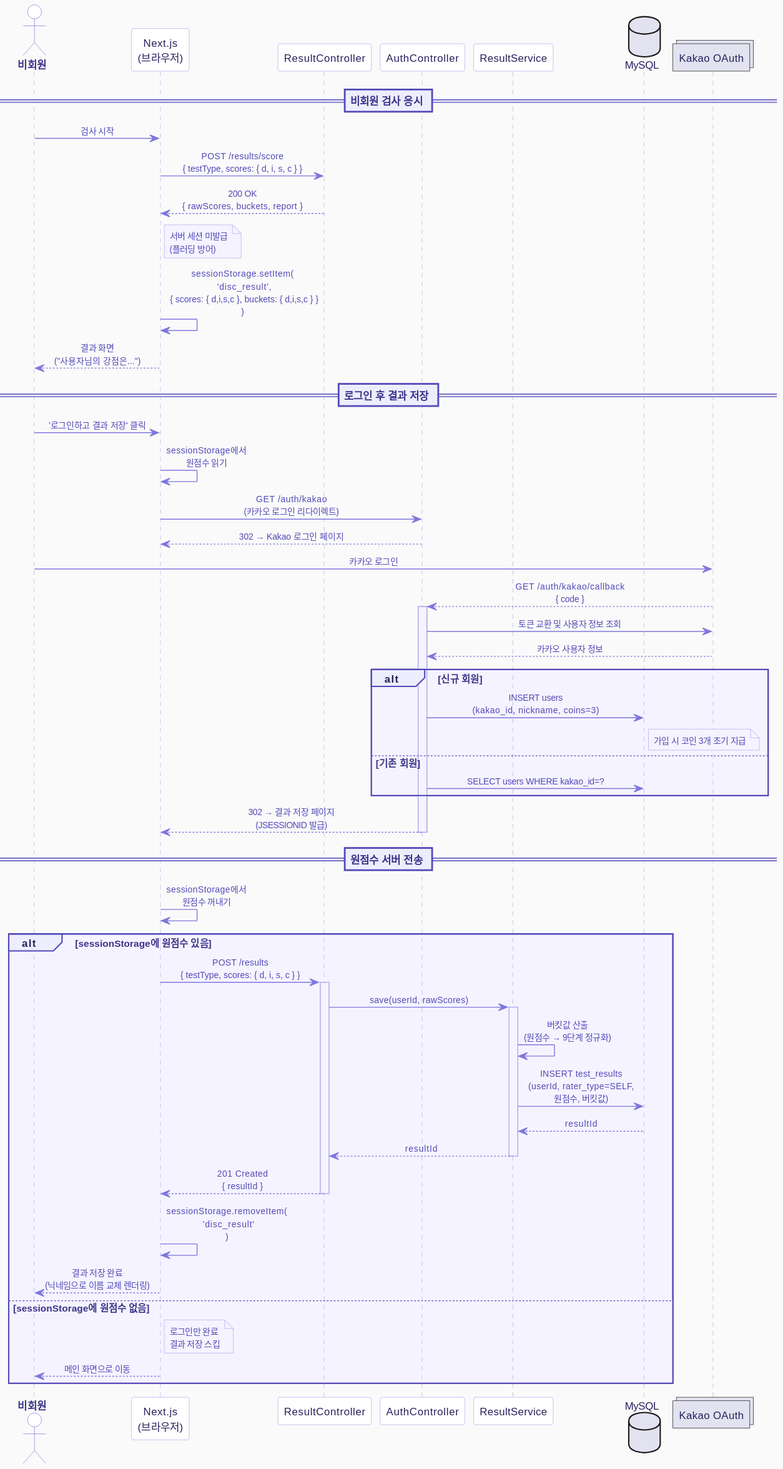
This is docs/images/MyCPT_Sequence_GuestToMember.svg from Yush1nk1m/MyCPT, a PlantUML export, as it was before one commit.
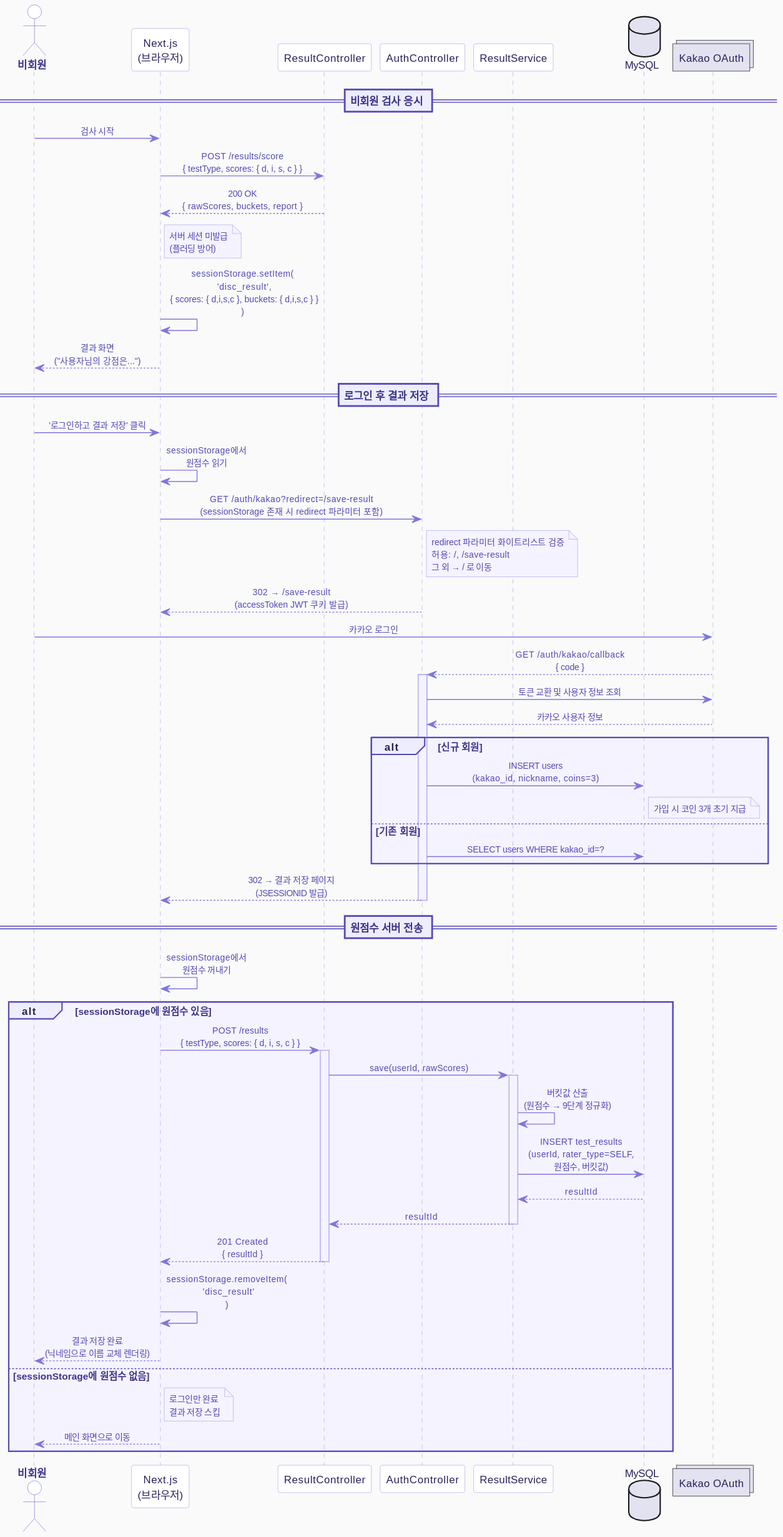
The same file after the commit.

Diff of the diagram source:
```diff
@@ -71,8 +71,13 @@
 Guest -> Client : '로그인하고 결과 저장' 클릭
 Client -> Client : sessionStorage에서\n원점수 읽기
 
-Client -> AuthCtrl : GET /auth/kakao\n(카카오 로그인 리다이렉트)
-AuthCtrl --> Client : 302 → Kakao 로그인 페이지
+Client -> AuthCtrl : GET /auth/kakao?redirect=/save-result\n(sessionStorage 존재 시 redirect 파라미터 포함)
+note right of AuthCtrl
+  redirect 파라미터 화이트리스트 검증
+  허용: /, /save-result
+  그 외 → / 로 이동
+end note
+AuthCtrl --> Client : 302 → /save-result\n(accessToken JWT 쿠키 발급)
 
 Guest -> Kakao : 카카오 로그인
 Kakao --> AuthCtrl : GET /auth/kakao/callback\n{ code }
```
